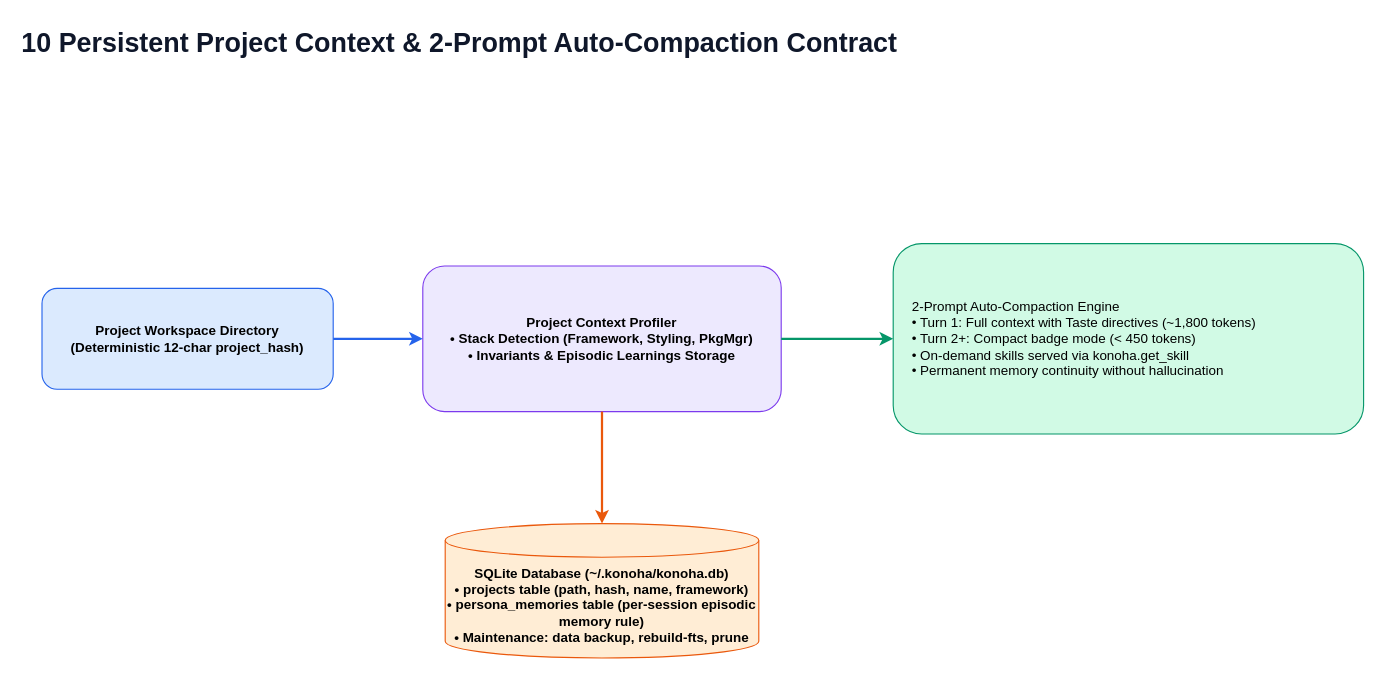
This is page "10 Persistent Project Context & Auto-Compaction" (10 of 15) of docs/diagrams/konoha-architecture.drawio from andycungkrinx91/konoha, a draw.io file, before an edit. Source tidied: cells renumbered, new cells numbered last; positions are measured from the earlier drawing's top-left corner, leaving out a move shared by most shapes. Both pictures are drawn from the tidied source at 112%, with x=0, y=0 at pixel (19, 19).
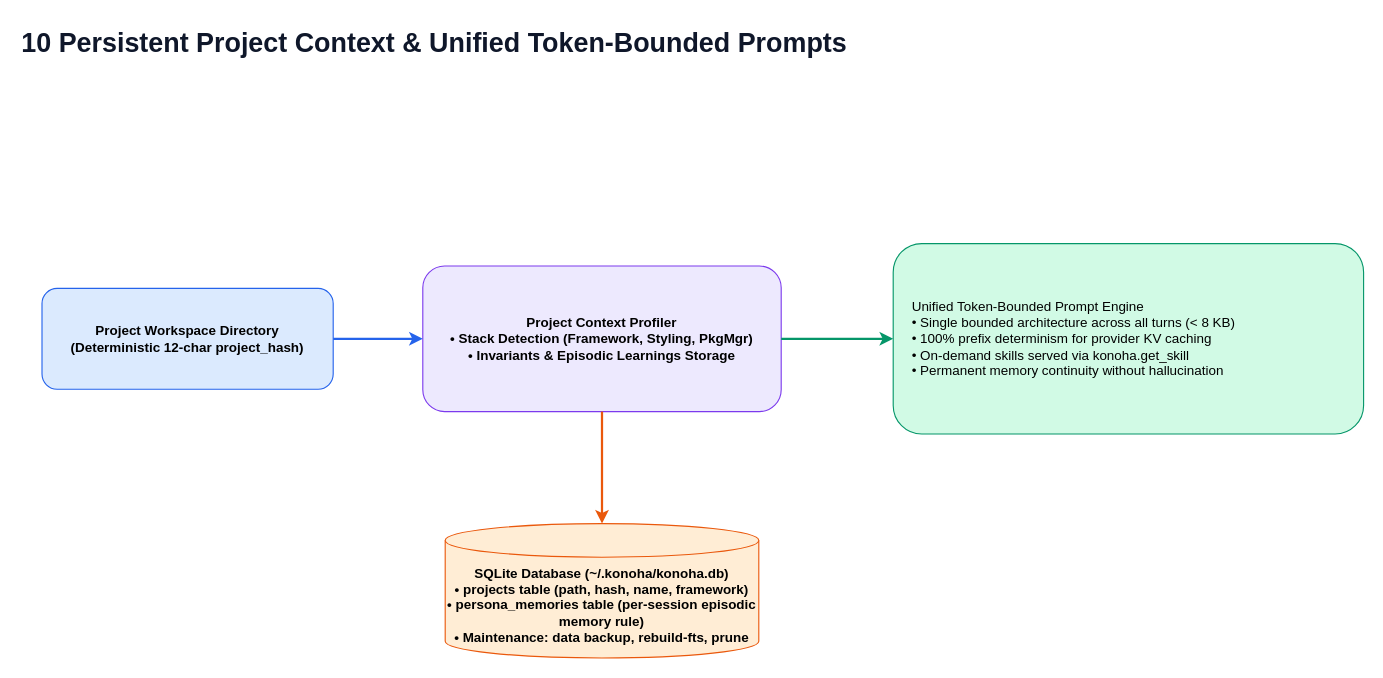
The same page after the edit.

Diff of the diagram source:
```diff
@@
 <mxGraphModel>
   <root>
     <mxCell id="0" />
     <mxCell id="1" parent="0" />
-    <mxCell id="2" value="10 Persistent Project Context &amp; 2-Prompt Auto-Compaction Contract" style="text;html=1;strokeColor=none;fillColor=none;fontColor=#0f172a;fontSize=24;fontStyle=1;align=left;" parent="1" vertex="1">
+    <mxCell id="2" value="10 Persistent Project Context &amp; Unified Token-Bounded Prompts" style="text;html=1;strokeColor=none;fillColor=none;fontColor=#0f172a;fontSize=24;fontStyle=1;align=left;" parent="1" vertex="1">
       <mxGeometry width="1100" height="40" as="geometry" />
     </mxCell>
     <mxCell id="3" value="Project Workspace Directory&#10;(Deterministic 12-char project_hash)" style="rounded=1;html=1;whiteSpace=wrap;fillColor=#dbeafe;strokeColor=#2563eb;fontStyle=1;align=center;" parent="1" vertex="1">
       <mxGeometry x="20" y="240" width="260" height="90" as="geometry" />
     </mxCell>
     <mxCell id="4" value="Project Context Profiler&#10;• Stack Detection (Framework, Styling, PkgMgr)&#10;• Invariants &amp; Episodic Learnings Storage" style="rounded=1;html=1;whiteSpace=wrap;fillColor=#ede9fe;strokeColor=#7c3aed;fontStyle=1;align=center;" parent="1" vertex="1">
       <mxGeometry x="360" y="220" width="320" height="130" as="geometry" />
     </mxCell>
     <mxCell id="5" value="SQLite Database (~/.konoha/konoha.db)&#10;• projects table (path, hash, name, framework)&#10;• persona_memories table (per-session episodic memory rule)&#10;• Maintenance: data backup, rebuild-fts, prune" style="shape=cylinder3;whiteSpace=wrap;html=1;boundedLbl=1;backgroundOutline=1;size=15;fillColor=#ffedd5;strokeColor=#ea580c;fontStyle=1;align=center;" parent="1" vertex="1">
       <mxGeometry x="380" y="450" width="280" height="120" as="geometry" />
     </mxCell>
-    <mxCell id="6" value="2-Prompt Auto-Compaction Engine&#10;• Turn 1: Full context with Taste directives (~1,800 tokens)&#10;• Turn 2+: Compact badge mode (&lt; 450 tokens)&#10;• On-demand skills served via konoha.get_skill&#10;• Permanent memory continuity without hallucination" style="rounded=1;html=1;whiteSpace=wrap;fillColor=#d1fae5;strokeColor=#059669;fontStyle=0;align=left;spacingLeft=15;" parent="1" vertex="1">
+    <mxCell id="6" value="Unified Token-Bounded Prompt Engine&#10;• Single bounded architecture across all turns (&lt; 8 KB)&#10;• 100% prefix determinism for provider KV caching&#10;• On-demand skills served via konoha.get_skill&#10;• Permanent memory continuity without hallucination" style="rounded=1;html=1;whiteSpace=wrap;fillColor=#d1fae5;strokeColor=#059669;fontStyle=0;align=left;spacingLeft=15;" parent="1" vertex="1">
       <mxGeometry x="780" y="200" width="420" height="170" as="geometry" />
     </mxCell>
     <mxCell id="7" style="edgeStyle=orthogonalEdgeStyle;rounded=0;jettySize=auto;html=1;strokeColor=#2563eb;strokeWidth=2;" parent="1" edge="1" source="3" target="4">
       <mxGeometry relative="1" as="geometry" />
     </mxCell>
     <mxCell id="8" style="edgeStyle=orthogonalEdgeStyle;rounded=0;jettySize=auto;html=1;strokeColor=#ea580c;strokeWidth=2;" parent="1" edge="1" source="4" target="5">
       <mxGeometry relative="1" as="geometry" />
     </mxCell>
     <mxCell id="9" style="edgeStyle=orthogonalEdgeStyle;rounded=0;jettySize=auto;html=1;strokeColor=#059669;strokeWidth=2;" parent="1" edge="1" source="4" target="6">
       <mxGeometry relative="1" as="geometry" />
     </mxCell>
   </root>
 </mxGraphModel>
```
